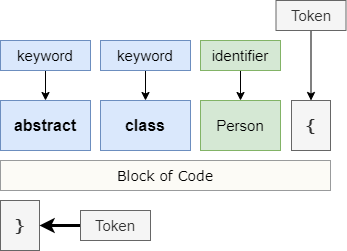
This is Assets/CreateAbstractClass.png from gungunfebrianza/Belajar-Dengan-Jenius-DenoTheWKWKLand, a draw.io export, as it was before one commit. Source tidied: cells renumbered, new cells last; positions are measured from the earlier drawing's top-left corner, leaving out a move shared by most shapes. Source of this version:
```xml
<mxGraphModel>
  <root>
    <mxCell id="0" />
    <mxCell id="1" parent="0" />
    <mxCell id="2" value="class" style="rounded=0;whiteSpace=wrap;html=1;fillColor=#dae8fc;strokeColor=#6c8ebf;fontSize=16;fontStyle=1;" parent="1" vertex="1">
      <mxGeometry x="100" y="100" width="90" height="50" as="geometry" />
    </mxCell>
    <mxCell id="3" style="edgeStyle=orthogonalEdgeStyle;rounded=0;jettySize=auto;html=1;exitX=0.5;exitY=1;exitDx=0;exitDy=0;fontSize=15;" parent="1" edge="1" source="4" target="2">
      <mxGeometry relative="1" as="geometry" />
    </mxCell>
    <mxCell id="4" value="&lt;span style=&quot;font-weight: normal&quot;&gt;keyword&lt;/span&gt;" style="rounded=0;whiteSpace=wrap;html=1;fillColor=#dae8fc;strokeColor=#6c8ebf;fontSize=15;fontStyle=1;" parent="1" vertex="1">
      <mxGeometry x="100" y="40" width="90" height="30" as="geometry" />
    </mxCell>
    <mxCell id="5" value="&lt;span style=&quot;font-weight: normal&quot;&gt;Person&lt;/span&gt;" style="rounded=0;whiteSpace=wrap;html=1;fillColor=#d5e8d4;strokeColor=#82b366;fontSize=15;fontStyle=1;" parent="1" vertex="1">
      <mxGeometry x="200" y="100" width="80" height="50" as="geometry" />
    </mxCell>
    <mxCell id="6" style="edgeStyle=orthogonalEdgeStyle;rounded=0;jettySize=auto;html=1;exitX=0.5;exitY=1;exitDx=0;exitDy=0;fontSize=15;" parent="1" edge="1" source="7" target="5">
      <mxGeometry relative="1" as="geometry" />
    </mxCell>
    <mxCell id="7" value="&lt;span style=&quot;font-weight: normal&quot;&gt;identifier&lt;/span&gt;" style="rounded=0;whiteSpace=wrap;html=1;fillColor=#d5e8d4;strokeColor=#82b366;fontSize=15;fontStyle=1;" parent="1" vertex="1">
      <mxGeometry x="200" y="40" width="80" height="30" as="geometry" />
    </mxCell>
    <mxCell id="8" value="&lt;font face=&quot;Verdana&quot;&gt;{&lt;/font&gt;" style="rounded=0;whiteSpace=wrap;html=1;fillColor=#f5f5f5;strokeColor=#666666;fontSize=15;fontStyle=1;fontColor=#333333;" parent="1" vertex="1">
      <mxGeometry x="291" y="100" width="39" height="50" as="geometry" />
    </mxCell>
    <mxCell id="9" style="edgeStyle=orthogonalEdgeStyle;rounded=0;jettySize=auto;html=1;exitX=0.5;exitY=1;exitDx=0;exitDy=0;fontSize=15;" parent="1" edge="1" source="10" target="8">
      <mxGeometry relative="1" as="geometry" />
    </mxCell>
    <mxCell id="10" value="&lt;span style=&quot;font-weight: normal&quot;&gt;Token&lt;/span&gt;" style="rounded=0;whiteSpace=wrap;html=1;fillColor=#f5f5f5;strokeColor=#666666;fontSize=15;fontStyle=1;fontColor=#333333;" parent="1" vertex="1">
      <mxGeometry x="275.5" width="70" height="30" as="geometry" />
    </mxCell>
    <mxCell id="11" value="&lt;font face=&quot;Verdana&quot;&gt;}&lt;/font&gt;" style="rounded=0;whiteSpace=wrap;html=1;fillColor=#f5f5f5;strokeColor=#666666;fontSize=15;fontStyle=1;fontColor=#333333;" parent="1" vertex="1">
      <mxGeometry y="200" width="39" height="50" as="geometry" />
    </mxCell>
    <mxCell id="12" value="Block of Code" style="rounded=0;whiteSpace=wrap;html=1;fontFamily=Verdana;fontSize=14;opacity=50;fillColor=#f9f7ed;strokeColor=#36393d;" parent="1" vertex="1">
      <mxGeometry y="160" width="330" height="30" as="geometry" />
    </mxCell>
    <mxCell id="13" style="edgeStyle=orthogonalEdgeStyle;rounded=0;jettySize=auto;html=1;exitX=0;exitY=0.5;exitDx=0;exitDy=0;entryX=1;entryY=0.5;entryDx=0;entryDy=0;strokeWidth=3;fontFamily=Verdana;fontSize=14;" parent="1" edge="1" source="14" target="11">
      <mxGeometry relative="1" as="geometry" />
    </mxCell>
    <mxCell id="14" value="&lt;span style=&quot;font-weight: normal&quot;&gt;Token&lt;/span&gt;" style="rounded=0;whiteSpace=wrap;html=1;fillColor=#f5f5f5;strokeColor=#666666;fontSize=15;fontStyle=1;fontColor=#333333;" parent="1" vertex="1">
      <mxGeometry x="80" y="210" width="70" height="30" as="geometry" />
    </mxCell>
    <mxCell id="15" value="abstract" style="rounded=0;whiteSpace=wrap;html=1;fillColor=#dae8fc;strokeColor=#6c8ebf;fontSize=16;fontStyle=1;" parent="1" vertex="1">
      <mxGeometry y="100" width="90" height="50" as="geometry" />
    </mxCell>
    <mxCell id="16" style="edgeStyle=orthogonalEdgeStyle;rounded=0;jettySize=auto;html=1;exitX=0.5;exitY=1;exitDx=0;exitDy=0;fontSize=15;" parent="1" edge="1" source="17">
      <mxGeometry relative="1" as="geometry">
        <mxPoint x="45" y="100" as="targetPoint" />
      </mxGeometry>
    </mxCell>
    <mxCell id="17" value="&lt;span style=&quot;font-weight: normal&quot;&gt;keyword&lt;/span&gt;" style="rounded=0;whiteSpace=wrap;html=1;fillColor=#dae8fc;strokeColor=#6c8ebf;fontSize=15;fontStyle=1;" parent="1" vertex="1">
      <mxGeometry y="40" width="90" height="30" as="geometry" />
    </mxCell>
  </root>
</mxGraphModel>
```
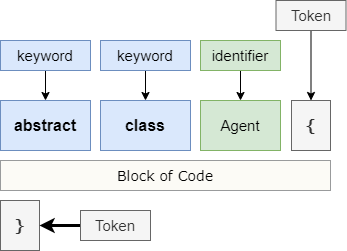
The same file after the commit.

Commit message:
Add Asset CreatAbstractClass

Diff of the diagram source:
```diff
@@ -11,7 +11,7 @@
     <mxCell id="4" value="&lt;span style=&quot;font-weight: normal&quot;&gt;keyword&lt;/span&gt;" style="rounded=0;whiteSpace=wrap;html=1;fillColor=#dae8fc;strokeColor=#6c8ebf;fontSize=15;fontStyle=1;" parent="1" vertex="1">
       <mxGeometry x="100" y="40" width="90" height="30" as="geometry" />
     </mxCell>
-    <mxCell id="5" value="&lt;span style=&quot;font-weight: normal&quot;&gt;Person&lt;/span&gt;" style="rounded=0;whiteSpace=wrap;html=1;fillColor=#d5e8d4;strokeColor=#82b366;fontSize=15;fontStyle=1;" parent="1" vertex="1">
+    <mxCell id="5" value="&lt;span style=&quot;font-weight: normal&quot;&gt;Agent&lt;/span&gt;" style="rounded=0;whiteSpace=wrap;html=1;fillColor=#d5e8d4;strokeColor=#82b366;fontSize=15;fontStyle=1;" parent="1" vertex="1">
       <mxGeometry x="200" y="100" width="80" height="50" as="geometry" />
     </mxCell>
     <mxCell id="6" style="edgeStyle=orthogonalEdgeStyle;rounded=0;jettySize=auto;html=1;exitX=0.5;exitY=1;exitDx=0;exitDy=0;fontSize=15;" parent="1" edge="1" source="7" target="5">
```
